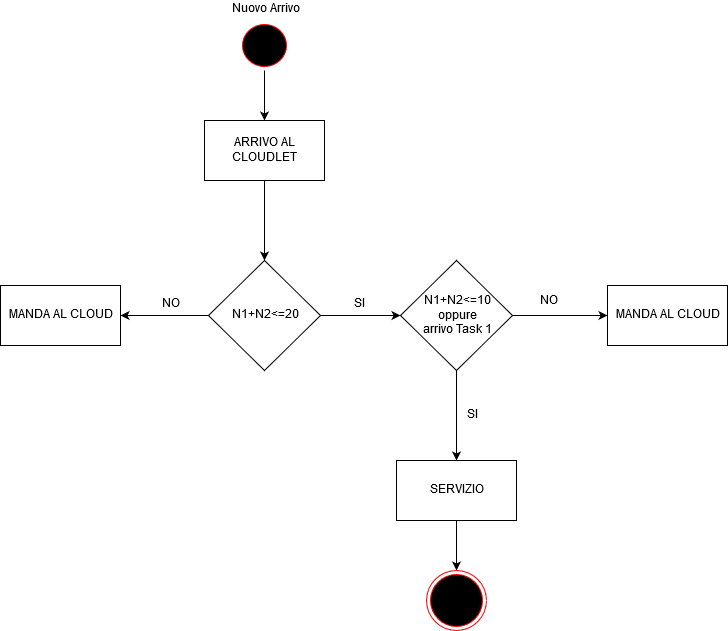
The draw.io diagram DOCS/PMCSN-alg2.png in dilettalagom/PMCSN_cloud, before a commit. Source tidied: cells renumbered, new cells last; positions are measured from the earlier drawing's top-left corner, leaving out a move shared by most shapes.
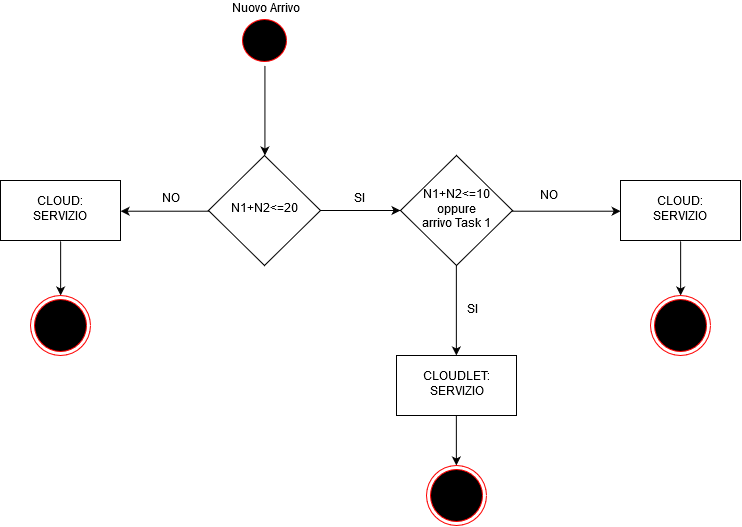
The same diagram one commit later.

What changed in the source:
```diff
@@ -2,21 +2,15 @@
   <root>
     <mxCell id="0" />
     <mxCell id="1" parent="0" />
-    <mxCell id="2" style="edgeStyle=orthogonalEdgeStyle;rounded=0;jettySize=auto;html=1;exitX=0.5;exitY=1;exitDx=0;exitDy=0;entryX=0.5;entryY=0;entryDx=0;entryDy=0;" parent="1" edge="1" source="3" target="6">
-      <mxGeometry relative="1" as="geometry" />
-    </mxCell>
     <mxCell id="3" style="ellipse;html=1;shape=startState;fillColor=#000000;strokeColor=#ff0000;" parent="1" vertex="1">
-      <mxGeometry x="238" y="20" width="52" height="50" as="geometry" />
+      <mxGeometry x="238" y="120" width="52" height="50" as="geometry" />
     </mxCell>
     <mxCell id="4" value="&lt;div&gt;Nuovo Arrivo&lt;/div&gt;&lt;div&gt;&lt;br&gt;&lt;/div&gt;" style="text;html=1;align=left;verticalAlign=top;spacingTop=-4;" parent="1" vertex="1">
-      <mxGeometry x="230" width="80" height="30" as="geometry" />
+      <mxGeometry x="230" y="105" width="80" height="30" as="geometry" />
     </mxCell>
-    <mxCell id="5" style="edgeStyle=orthogonalEdgeStyle;rounded=0;jettySize=auto;html=1;entryX=0.5;entryY=0;entryDx=0;entryDy=0;" parent="1" edge="1" source="6" target="9">
+    <mxCell id="5" style="edgeStyle=orthogonalEdgeStyle;rounded=0;jettySize=auto;html=1;entryX=0.5;entryY=0;entryDx=0;entryDy=0;exitX=0.5;exitY=1;exitDx=0;exitDy=0;" parent="1" edge="1" source="3" target="9">
       <mxGeometry relative="1" as="geometry" />
     </mxCell>
-    <mxCell id="6" value="ARRIVO AL CLOUDLET" style="rounded=0;whiteSpace=wrap;html=1;" parent="1" vertex="1">
-      <mxGeometry x="204" y="120" width="120" height="60" as="geometry" />
-    </mxCell>
     <mxCell id="7" style="edgeStyle=orthogonalEdgeStyle;rounded=0;jettySize=auto;html=1;" parent="1" edge="1" source="9" target="12">
       <mxGeometry relative="1" as="geometry" />
     </mxCell>
@@ -29,7 +23,7 @@
     <mxCell id="10" style="edgeStyle=orthogonalEdgeStyle;rounded=0;jettySize=auto;html=1;entryX=0.5;entryY=0;entryDx=0;entryDy=0;" parent="1" edge="1" source="12" target="19">
       <mxGeometry relative="1" as="geometry" />
     </mxCell>
-    <mxCell id="11" style="edgeStyle=orthogonalEdgeStyle;rounded=0;jettySize=auto;html=1;entryX=0;entryY=0.5;entryDx=0;entryDy=0;" parent="1" edge="1" source="12" target="20">
+    <mxCell id="11" style="edgeStyle=orthogonalEdgeStyle;rounded=0;jettySize=auto;html=1;entryX=0;entryY=0.5;entryDx=0;entryDy=0;" parent="1" edge="1" source="12" target="25">
       <mxGeometry relative="1" as="geometry" />
     </mxCell>
     <mxCell id="12" value="&lt;div&gt;N1+N2&amp;lt;=10&lt;/div&gt;&lt;div&gt;oppure&lt;/div&gt;&lt;div&gt;arrivo Task 1&lt;br&gt;&lt;/div&gt;" style="rhombus;whiteSpace=wrap;html=1;" parent="1" vertex="1">
@@ -47,20 +41,32 @@
     <mxCell id="16" value="NO" style="text;html=1;align=left;verticalAlign=top;spacingTop=-4;" parent="1" vertex="1">
       <mxGeometry x="538" y="292" width="30" height="20" as="geometry" />
     </mxCell>
+    <mxCell id="22" style="edgeStyle=orthogonalEdgeStyle;rounded=0;jettySize=auto;html=1;exitX=0.5;exitY=1;exitDx=0;exitDy=0;entryX=0.5;entryY=0;entryDx=0;entryDy=0;" parent="1" edge="1" source="17" target="23">
+      <mxGeometry relative="1" as="geometry" />
+    </mxCell>
-    <mxCell id="17" value="MANDA AL CLOUD" style="rounded=0;whiteSpace=wrap;html=1;" parent="1" vertex="1">
+    <mxCell id="17" value="&lt;div&gt;CLOUD:&lt;/div&gt;&lt;div&gt;SERVIZIO&lt;/div&gt;" style="rounded=0;whiteSpace=wrap;html=1;" parent="1" vertex="1">
       <mxGeometry y="285" width="120" height="60" as="geometry" />
     </mxCell>
     <mxCell id="18" style="edgeStyle=orthogonalEdgeStyle;rounded=0;jettySize=auto;html=1;exitX=0.5;exitY=1;exitDx=0;exitDy=0;entryX=0.5;entryY=0;entryDx=0;entryDy=0;" parent="1" edge="1" source="19" target="21">
       <mxGeometry relative="1" as="geometry" />
     </mxCell>
-    <mxCell id="19" value="SERVIZIO" style="rounded=0;whiteSpace=wrap;html=1;" parent="1" vertex="1">
+    <mxCell id="19" value="&lt;div&gt;CLOUDLET:&lt;/div&gt;&lt;div&gt;SERVIZIO&lt;/div&gt;" style="rounded=0;whiteSpace=wrap;html=1;" parent="1" vertex="1">
       <mxGeometry x="396" y="460" width="120" height="60" as="geometry" />
     </mxCell>
-    <mxCell id="20" value="MANDA AL CLOUD" style="rounded=0;whiteSpace=wrap;html=1;" parent="1" vertex="1">
-      <mxGeometry x="607" y="285" width="120" height="60" as="geometry" />
-    </mxCell>
     <mxCell id="21" style="ellipse;html=1;shape=endState;fillColor=#000000;strokeColor=#ff0000;" parent="1" vertex="1">
       <mxGeometry x="426" y="570" width="60" height="60" as="geometry" />
     </mxCell>
+    <mxCell id="23" style="ellipse;html=1;shape=endState;fillColor=#000000;strokeColor=#ff0000;" parent="1" vertex="1">
+      <mxGeometry x="30" y="400" width="60" height="60" as="geometry" />
+    </mxCell>
+    <mxCell id="24" style="edgeStyle=orthogonalEdgeStyle;rounded=0;jettySize=auto;html=1;exitX=0.5;exitY=1;exitDx=0;exitDy=0;entryX=0.5;entryY=0;entryDx=0;entryDy=0;" parent="1" edge="1" source="25" target="26">
+      <mxGeometry relative="1" as="geometry" />
+    </mxCell>
+    <mxCell id="25" value="&lt;div&gt;CLOUD:&lt;/div&gt;&lt;div&gt;SERVIZIO&lt;/div&gt;" style="rounded=0;whiteSpace=wrap;html=1;" parent="1" vertex="1">
+      <mxGeometry x="620" y="285" width="120" height="60" as="geometry" />
+    </mxCell>
+    <mxCell id="26" style="ellipse;html=1;shape=endState;fillColor=#000000;strokeColor=#ff0000;" parent="1" vertex="1">
+      <mxGeometry x="650" y="400" width="60" height="60" as="geometry" />
+    </mxCell>
   </root>
 </mxGraphModel>
```
